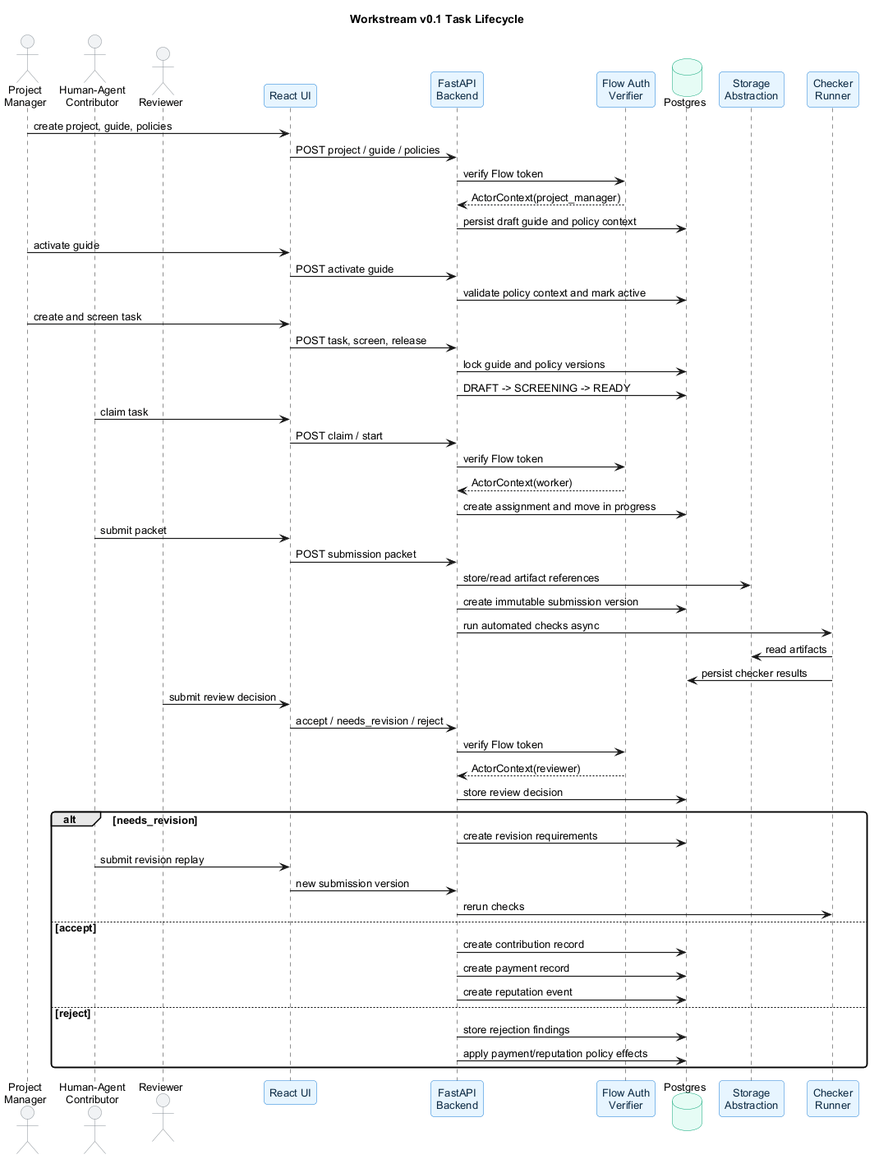
Before: docs/architecture_brief/images/task_lifecycle_sequence.png, a diagram exported from PlantUML (jorshimayor/workstream). Source of this version:
```plantuml
@startuml task_lifecycle_sequence
title Workstream v0.1 Task Lifecycle

skinparam backgroundColor #FFFFFF
skinparam shadowing false
skinparam roundcorner 8
skinparam defaultFontName Arial
skinparam defaultFontSize 13
skinparam SequenceArrowThickness 1.2
skinparam ParticipantBorderColor #1C7ED6
skinparam ParticipantBackgroundColor #E7F5FF
skinparam ParticipantFontColor #0B2942
skinparam ActorBorderColor #868E96
skinparam ActorBackgroundColor #F1F3F5
skinparam DatabaseBorderColor #0CA678
skinparam DatabaseBackgroundColor #E6FCF5

actor "Project\nManager" as PM
actor "Human-Agent\nContributor" as Worker
actor Reviewer
participant "React UI" as UI
participant "FastAPI\nBackend" as API
participant "Flow Auth\nVerifier" as Auth
database "Postgres" as DB
participant "Storage\nAbstraction" as Storage
participant "Checker\nRunner" as Checks

PM -> UI : create project, guide, policies
UI -> API : POST project / guide / policies
API -> Auth : verify Flow token
Auth --> API : ActorContext(project_manager)
API -> DB : persist draft guide and policy context

PM -> UI : activate guide
UI -> API : POST activate guide
API -> DB : validate policy context and mark active

PM -> UI : create and screen task
UI -> API : POST task, screen, release
API -> DB : lock guide and policy versions
API -> DB : DRAFT -> SCREENING -> READY

Worker -> UI : claim task
UI -> API : POST claim / start
API -> Auth : verify Flow token
Auth --> API : ActorContext(worker)
API -> DB : create assignment and move in progress

Worker -> UI : submit packet
UI -> API : POST submission packet
API -> Storage : store/read artifact references
API -> DB : create immutable submission version

API -> Checks : run automated checks async
Checks -> Storage : read artifacts
Checks -> DB : persist checker results

Reviewer -> UI : submit review decision
UI -> API : accept / needs_revision / reject
API -> Auth : verify Flow token
Auth --> API : ActorContext(reviewer)
API -> DB : store review decision

alt needs_revision
  API -> DB : create revision requirements
  Worker -> UI : submit revision replay
  UI -> API : new submission version
  API -> Checks : rerun checks
else accept
  API -> DB : create contribution record
  API -> DB : create payment record
  API -> DB : create reputation event
else reject
  API -> DB : store rejection findings
  API -> DB : apply payment/reputation policy effects
end
@enduml
```
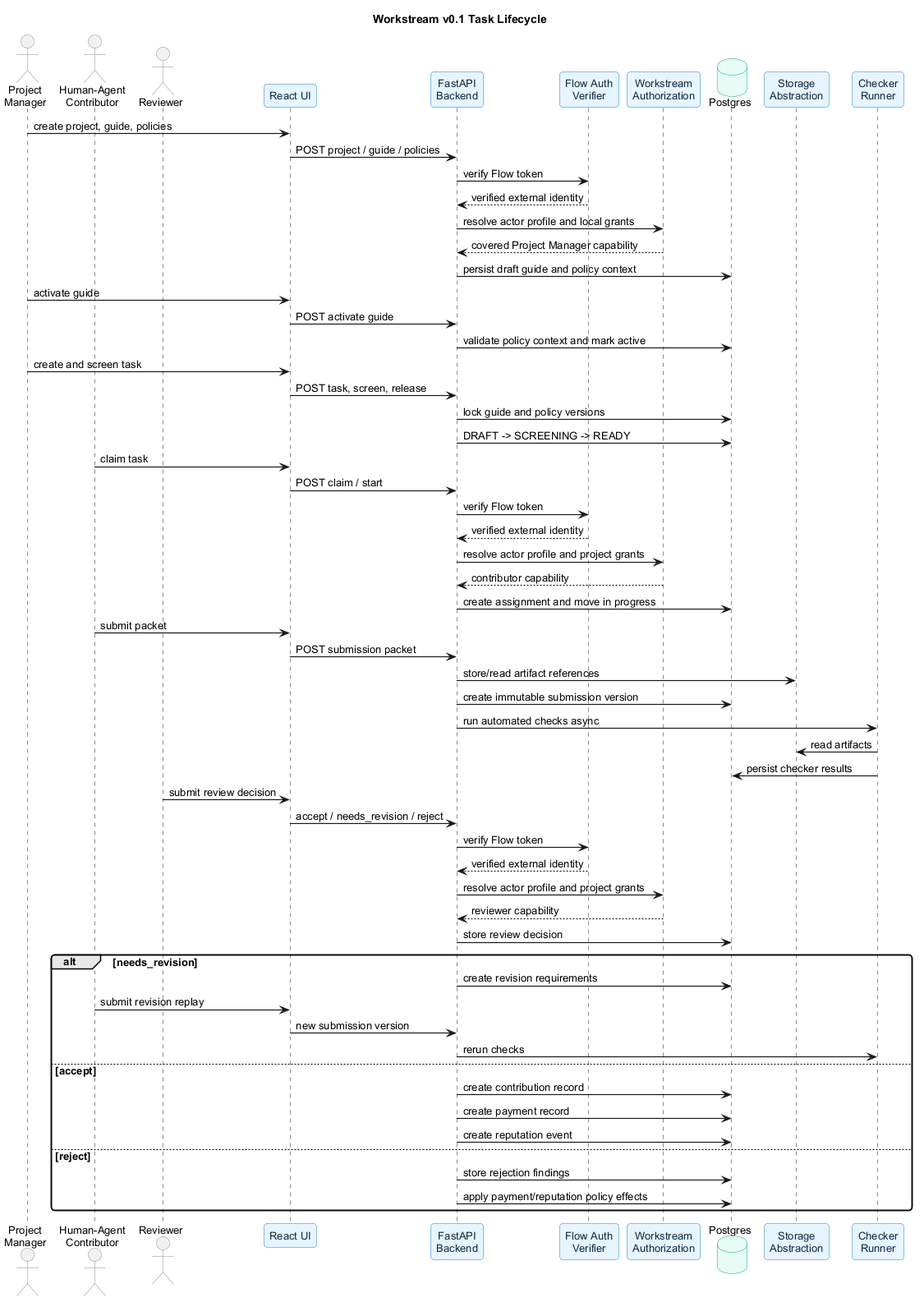
After the change.

Diff of the diagram source:
```diff
@@ -21,6 +21,7 @@
 participant "React UI" as UI
 participant "FastAPI\nBackend" as API
 participant "Flow Auth\nVerifier" as Auth
+participant "Workstream\nAuthorization" as Authorization
 database "Postgres" as DB
 participant "Storage\nAbstraction" as Storage
 participant "Checker\nRunner" as Checks
@@ -28,7 +29,9 @@
 PM -> UI : create project, guide, policies
 UI -> API : POST project / guide / policies
 API -> Auth : verify Flow token
-Auth --> API : ActorContext(project_manager)
+Auth --> API : verified external identity
+API -> Authorization : resolve actor profile and local grants
+Authorization --> API : covered Project Manager capability
 API -> DB : persist draft guide and policy context
 
 PM -> UI : activate guide
@@ -43,7 +46,9 @@
 Worker -> UI : claim task
 UI -> API : POST claim / start
 API -> Auth : verify Flow token
-Auth --> API : ActorContext(worker)
+Auth --> API : verified external identity
+API -> Authorization : resolve actor profile and project grants
+Authorization --> API : contributor capability
 API -> DB : create assignment and move in progress
 
 Worker -> UI : submit packet
@@ -58,7 +63,9 @@
 Reviewer -> UI : submit review decision
 UI -> API : accept / needs_revision / reject
 API -> Auth : verify Flow token
-Auth --> API : ActorContext(reviewer)
+Auth --> API : verified external identity
+API -> Authorization : resolve actor profile and project grants
+Authorization --> API : reviewer capability
 API -> DB : store review decision
 
 alt needs_revision
```
